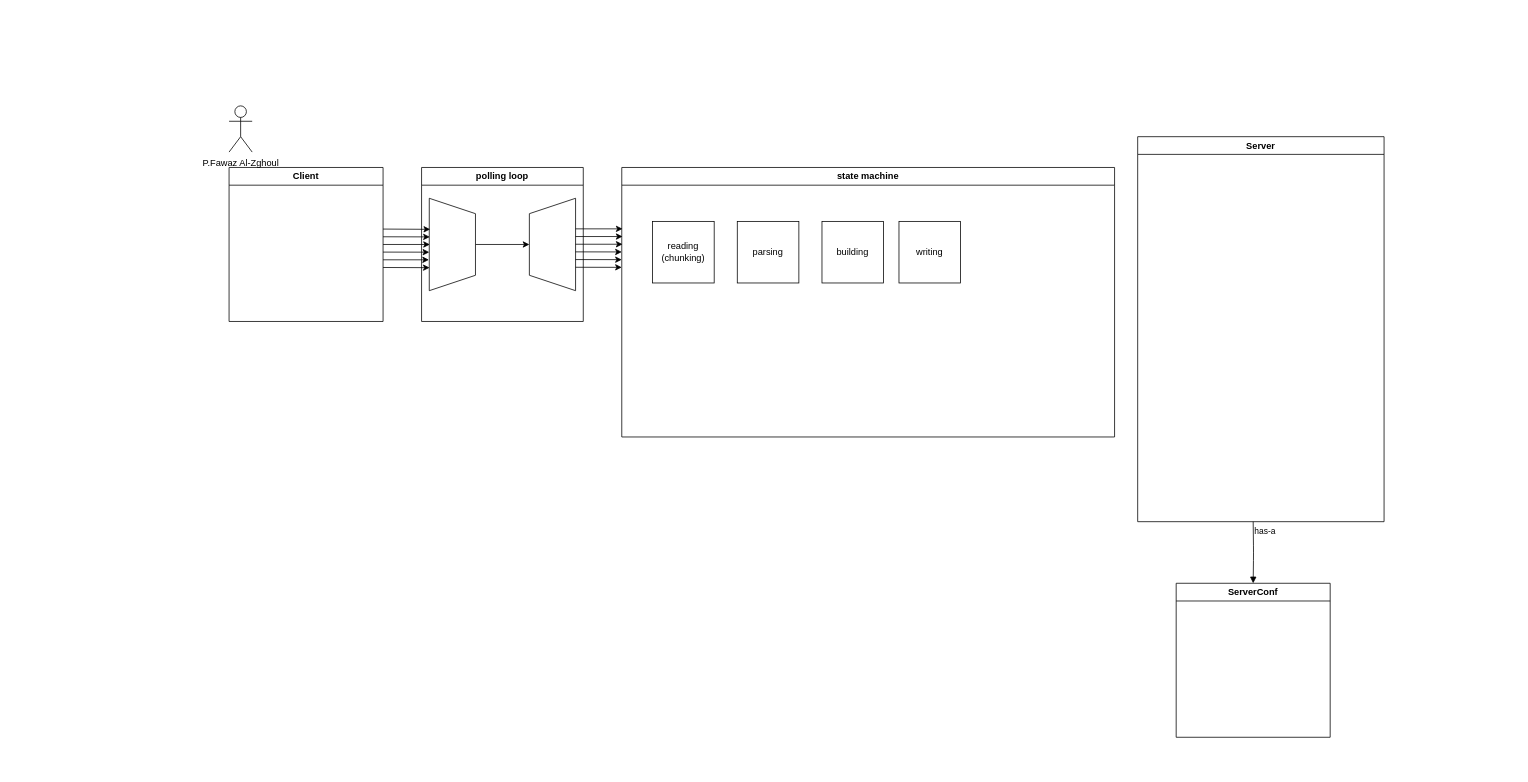
Andary22/LeftHookRoll keeps this draw.io diagram as docs/dfd.drawio. Above is the earlier version. Source tidied: cells renumbered, new cells numbered last; positions are measured from the earlier drawing's top-left corner, leaving out a move shared by most shapes. Both pictures are drawn from the tidied source at 77%, with x=0, y=0 at pixel (229, 105).
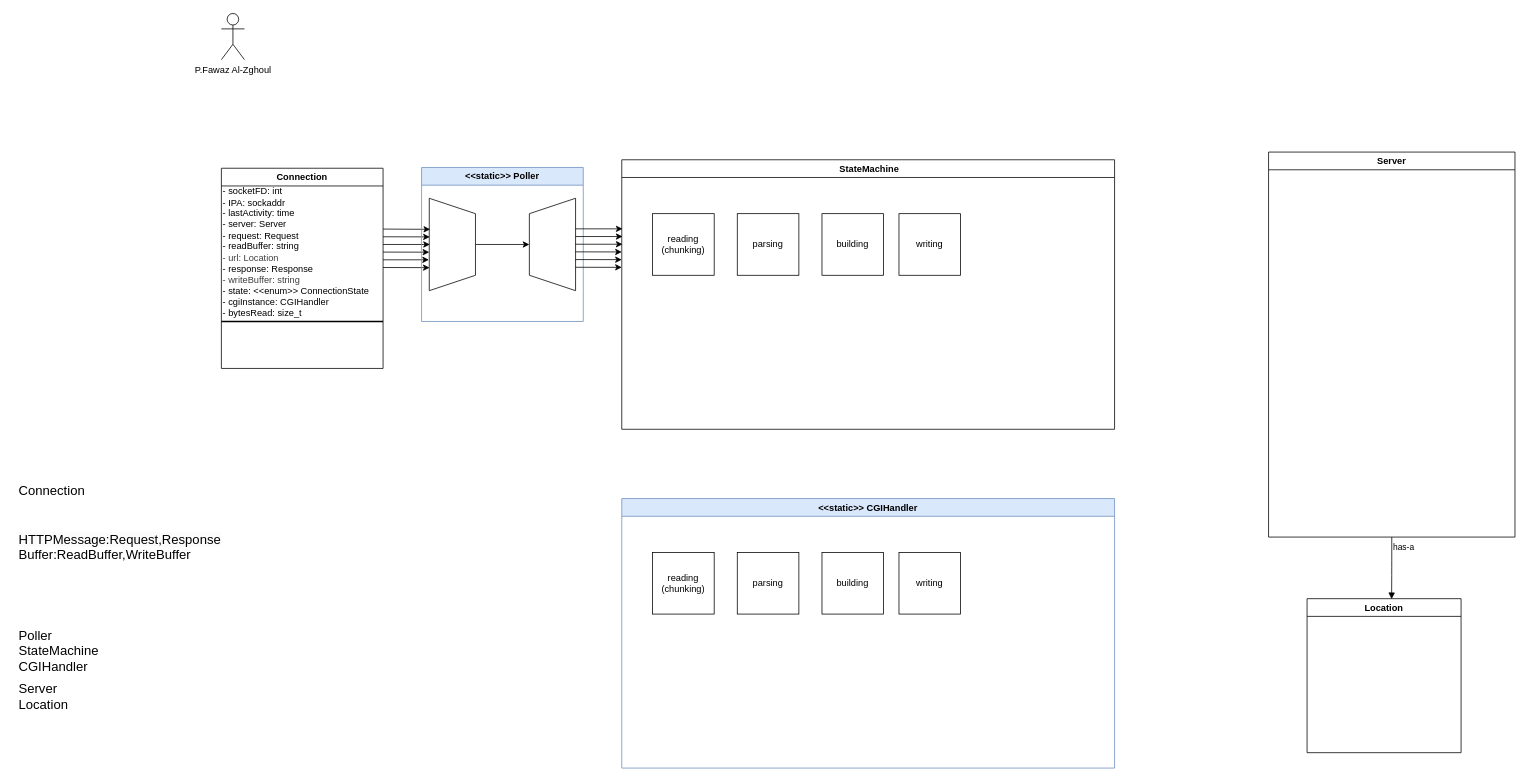
After the change.

Commit message:
yaman take over

The edit, as a diff of the source:
```diff
@@
-    <mxCell id="2" style="edgeStyle=none;html=1;entryX=0.5;entryY=0.987;entryDx=0;entryDy=0;entryPerimeter=0;" parent="1" edge="1" source="3" target="5">
-      <mxGeometry relative="1" as="geometry" />
+    <mxCell id="2" style="edgeStyle=none;html=1;entryX=0.5;entryY=0.987;entryDx=0;entryDy=0;entryPerimeter=0;strokeWidth=1;" parent="1" edge="1" target="5">
+      <mxGeometry relative="1" as="geometry">
+        <mxPoint x="200" y="180" as="sourcePoint" />
+      </mxGeometry>
     </mxCell>
-    <mxCell id="3" value="Client" style="swimlane;whiteSpace=wrap;html=1;" parent="1" vertex="1">
-      <mxGeometry y="80" width="200" height="200" as="geometry" />
+    <mxCell id="3" value="Connection" style="swimlane;whiteSpace=wrap;html=1;strokeWidth=1;" parent="1" vertex="1">
+      <mxGeometry x="-10" y="81" width="210" height="260" as="geometry" />
     </mxCell>
+    <mxCell id="30" value="- socketFD: int&lt;br&gt;- IPA: sockaddr&lt;br&gt;&lt;div&gt;- lastActivity: time&lt;br&gt;- server: Server&lt;/div&gt;&lt;div&gt;- request: Request&lt;br&gt;- readBuffer: string&lt;/div&gt;&lt;div&gt;&lt;span style=&quot;color: rgb(63, 63, 63);&quot;&gt;- url: Location&lt;/span&gt;&lt;/div&gt;&lt;div&gt;- response: Response&lt;/div&gt;&lt;div&gt;&lt;span style=&quot;color: rgb(63, 63, 63);&quot;&gt;- writeBuffer: string&lt;/span&gt;&lt;/div&gt;&lt;div&gt;- state: &amp;lt;&amp;lt;enum&amp;gt;&amp;gt; ConnectionState&lt;/div&gt;&lt;div&gt;- cgiInstance: CGIHandler&lt;/div&gt;&lt;div&gt;- bytesRead: size_t&lt;/div&gt;" style="text;html=1;align=left;verticalAlign=middle;whiteSpace=wrap;rounded=0;" parent="3" vertex="1">
+      <mxGeometry y="24" width="210" height="170" as="geometry" />
+    </mxCell>
+    <mxCell id="31" style="line;strokeWidth=2;html=1;" parent="3" vertex="1">
+      <mxGeometry y="194" width="210" height="10" as="geometry" />
+    </mxCell>
-    <mxCell id="4" style="edgeStyle=none;html=1;" parent="1" edge="1" source="5" target="12">
+    <mxCell id="4" style="edgeStyle=none;html=1;strokeWidth=1;" parent="1" edge="1" source="5" target="12">
       <mxGeometry relative="1" as="geometry" />
     </mxCell>
-    <mxCell id="5" style="shape=trapezoid;perimeter=trapezoidPerimeter;whiteSpace=wrap;html=1;fixedSize=1;rotation=90;" parent="1" vertex="1">
+    <mxCell id="5" style="shape=trapezoid;perimeter=trapezoidPerimeter;whiteSpace=wrap;html=1;fixedSize=1;rotation=90;strokeWidth=1;" parent="1" vertex="1">
       <mxGeometry x="230" y="150" width="120" height="60" as="geometry" />
     </mxCell>
-    <mxCell id="6" style="endArrow=classic;html=1;entryX=0.336;entryY=0.981;entryDx=0;entryDy=0;entryPerimeter=0;" parent="1" edge="1" target="5">
+    <mxCell id="6" style="endArrow=classic;html=1;entryX=0.336;entryY=0.981;entryDx=0;entryDy=0;entryPerimeter=0;strokeWidth=1;" parent="1" edge="1" target="5">
       <mxGeometry relative="1" as="geometry">
         <mxPoint x="200" y="160" as="sourcePoint" />
       </mxGeometry>
     </mxCell>
-    <mxCell id="7" style="endArrow=classic;html=1;entryX=0.418;entryY=0.989;entryDx=0;entryDy=0;entryPerimeter=0;" parent="1" edge="1" target="5">
+    <mxCell id="7" style="endArrow=classic;html=1;entryX=0.418;entryY=0.989;entryDx=0;entryDy=0;entryPerimeter=0;strokeWidth=1;" parent="1" edge="1" target="5">
       <mxGeometry relative="1" as="geometry">
         <mxPoint x="200" y="170" as="sourcePoint" />
       </mxGeometry>
     </mxCell>
-    <mxCell id="8" style="edgeStyle=none;html=1;entryX=0.751;entryY=0.993;entryDx=0;entryDy=0;entryPerimeter=0;" parent="1" edge="1" target="5">
+    <mxCell id="8" style="edgeStyle=none;html=1;entryX=0.751;entryY=0.993;entryDx=0;entryDy=0;entryPerimeter=0;strokeWidth=1;" parent="1" edge="1" target="5">
       <mxGeometry relative="1" as="geometry">
         <mxPoint x="200" y="209.9" as="sourcePoint" />
       </mxGeometry>
     </mxCell>
-    <mxCell id="9" style="endArrow=classic;html=1;" parent="1" edge="1">
+    <mxCell id="9" style="endArrow=classic;html=1;strokeWidth=1;" parent="1" edge="1">
       <mxGeometry relative="1" as="geometry">
         <mxPoint x="200" y="189.9" as="sourcePoint" />
         <mxPoint x="260" y="190" as="targetPoint" />
       </mxGeometry>
     </mxCell>
-    <mxCell id="10" style="endArrow=classic;html=1;entryX=0.666;entryY=1.007;entryDx=0;entryDy=0;entryPerimeter=0;" parent="1" edge="1" target="5">
+    <mxCell id="10" style="endArrow=classic;html=1;entryX=0.666;entryY=1.007;entryDx=0;entryDy=0;entryPerimeter=0;strokeWidth=1;" parent="1" edge="1" target="5">
       <mxGeometry relative="1" as="geometry">
         <mxPoint x="200" y="199.9" as="sourcePoint" />
       </mxGeometry>
     </mxCell>
-    <mxCell id="11" value="polling loop" style="swimlane;whiteSpace=wrap;html=1;" parent="1" vertex="1">
+    <mxCell id="11" value="&amp;lt;&amp;lt;static&amp;gt;&amp;gt; Poller" style="swimlane;whiteSpace=wrap;html=1;fillColor=#dae8fc;strokeColor=#6c8ebf;strokeWidth=1;" parent="1" vertex="1">
       <mxGeometry x="250" y="80" width="210" height="200" as="geometry" />
     </mxCell>
-    <mxCell id="12" style="shape=trapezoid;perimeter=trapezoidPerimeter;whiteSpace=wrap;html=1;fixedSize=1;rotation=-90;" parent="1" vertex="1">
+    <mxCell id="12" style="shape=trapezoid;perimeter=trapezoidPerimeter;whiteSpace=wrap;html=1;fixedSize=1;rotation=-90;strokeWidth=1;" parent="1" vertex="1">
       <mxGeometry x="360" y="150" width="120" height="60" as="geometry" />
     </mxCell>
-    <mxCell id="13" value="P.Fawaz Al-Zghoul" style="shape=umlActor;verticalLabelPosition=bottom;verticalAlign=top;html=1;" parent="1" vertex="1">
-      <mxGeometry width="30" height="60" as="geometry" />
+    <mxCell id="13" value="P.Fawaz Al-Zghoul" style="shape=umlActor;verticalLabelPosition=bottom;verticalAlign=top;html=1;strokeWidth=1;" parent="1" vertex="1">
+      <mxGeometry x="-10" y="-120" width="30" height="60" as="geometry" />
     </mxCell>
-    <mxCell id="14" style="edgeStyle=none;html=1;entryX=0.5;entryY=0.987;entryDx=0;entryDy=0;entryPerimeter=0;" parent="1" edge="1">
+    <mxCell id="14" style="edgeStyle=none;html=1;entryX=0.5;entryY=0.987;entryDx=0;entryDy=0;entryPerimeter=0;strokeWidth=1;" parent="1" edge="1">
       <mxGeometry relative="1" as="geometry">
         <mxPoint x="450" y="179.7" as="sourcePoint" />
         <mxPoint x="511" y="179.7" as="targetPoint" />
       </mxGeometry>
     </mxCell>
-    <mxCell id="15" style="endArrow=classic;html=1;entryX=0.336;entryY=0.981;entryDx=0;entryDy=0;entryPerimeter=0;" parent="1" edge="1">
+    <mxCell id="15" style="endArrow=classic;html=1;entryX=0.336;entryY=0.981;entryDx=0;entryDy=0;entryPerimeter=0;strokeWidth=1;" parent="1" edge="1">
       <mxGeometry relative="1" as="geometry">
         <mxPoint x="450" y="159.7" as="sourcePoint" />
         <mxPoint x="511" y="159.7" as="targetPoint" />
       </mxGeometry>
     </mxCell>
-    <mxCell id="16" style="endArrow=classic;html=1;entryX=0.418;entryY=0.989;entryDx=0;entryDy=0;entryPerimeter=0;" parent="1" edge="1">
+    <mxCell id="16" style="endArrow=classic;html=1;entryX=0.418;entryY=0.989;entryDx=0;entryDy=0;entryPerimeter=0;strokeWidth=1;" parent="1" edge="1">
       <mxGeometry relative="1" as="geometry">
         <mxPoint x="450" y="169.7" as="sourcePoint" />
         <mxPoint x="511" y="169.7" as="targetPoint" />
       </mxGeometry>
     </mxCell>
-    <mxCell id="17" style="edgeStyle=none;html=1;entryX=0.751;entryY=0.993;entryDx=0;entryDy=0;entryPerimeter=0;" parent="1" edge="1">
+    <mxCell id="17" style="edgeStyle=none;html=1;entryX=0.751;entryY=0.993;entryDx=0;entryDy=0;entryPerimeter=0;strokeWidth=1;" parent="1" edge="1">
       <mxGeometry relative="1" as="geometry">
         <mxPoint x="450" y="209.6" as="sourcePoint" />
         <mxPoint x="510" y="209.7" as="targetPoint" />
       </mxGeometry>
     </mxCell>
-    <mxCell id="18" style="endArrow=classic;html=1;" parent="1" edge="1">
+    <mxCell id="18" style="endArrow=classic;html=1;strokeWidth=1;" parent="1" edge="1">
       <mxGeometry relative="1" as="geometry">
         <mxPoint x="450" y="189.6" as="sourcePoint" />
         <mxPoint x="510" y="189.7" as="targetPoint" />
       </mxGeometry>
     </mxCell>
-    <mxCell id="19" style="endArrow=classic;html=1;entryX=0.666;entryY=1.007;entryDx=0;entryDy=0;entryPerimeter=0;" parent="1" edge="1">
+    <mxCell id="19" style="endArrow=classic;html=1;entryX=0.666;entryY=1.007;entryDx=0;entryDy=0;entryPerimeter=0;strokeWidth=1;" parent="1" edge="1">
       <mxGeometry relative="1" as="geometry">
         <mxPoint x="450" y="199.6" as="sourcePoint" />
         <mxPoint x="510" y="199.7" as="targetPoint" />
       </mxGeometry>
     </mxCell>
-    <mxCell id="20" value="state machine" style="swimlane;whiteSpace=wrap;html=1;" parent="1" vertex="1">
-      <mxGeometry x="510" y="80" width="640" height="350" as="geometry" />
+    <mxCell id="20" value="&amp;nbsp;StateMachine" style="swimlane;whiteSpace=wrap;html=1;strokeWidth=1;" parent="1" vertex="1">
+      <mxGeometry x="510" y="70" width="640" height="350" as="geometry" />
     </mxCell>
-    <mxCell id="21" value="reading&lt;br&gt;(chunking)" style="whiteSpace=wrap;html=1;" parent="20" vertex="1">
+    <mxCell id="21" value="reading&lt;br&gt;(chunking)" style="whiteSpace=wrap;html=1;strokeWidth=1;" parent="20" vertex="1">
       <mxGeometry x="40" y="70" width="80" height="80" as="geometry" />
     </mxCell>
-    <mxCell id="22" value="parsing" style="whiteSpace=wrap;html=1;" parent="20" vertex="1">
+    <mxCell id="22" value="parsing" style="whiteSpace=wrap;html=1;strokeWidth=1;" parent="20" vertex="1">
       <mxGeometry x="150" y="70" width="80" height="80" as="geometry" />
     </mxCell>
-    <mxCell id="23" value="building" style="whiteSpace=wrap;html=1;" parent="20" vertex="1">
+    <mxCell id="23" value="building" style="whiteSpace=wrap;html=1;strokeWidth=1;" parent="20" vertex="1">
       <mxGeometry x="260" y="70" width="80" height="80" as="geometry" />
     </mxCell>
-    <mxCell id="24" value="writing" style="whiteSpace=wrap;html=1;" parent="20" vertex="1">
+    <mxCell id="24" value="writing" style="whiteSpace=wrap;html=1;strokeWidth=1;" parent="20" vertex="1">
       <mxGeometry x="360" y="70" width="80" height="80" as="geometry" />
     </mxCell>
-    <mxCell id="25" value="Server" style="swimlane;whiteSpace=wrap;html=1;" parent="1" vertex="1">
-      <mxGeometry x="1180" y="40" width="320" height="500" as="geometry" />
+    <mxCell id="25" value="Server" style="swimlane;whiteSpace=wrap;html=1;strokeWidth=1;" parent="1" vertex="1">
+      <mxGeometry x="1350" y="60" width="320" height="500" as="geometry" />
     </mxCell>
@@
-    <mxCell id="28" value="ServerConf" style="swimlane;whiteSpace=wrap;html=1;" parent="1" vertex="1">
-      <mxGeometry x="1230" y="620" width="200" height="200" as="geometry" />
+    <mxCell id="28" value="Location" style="swimlane;whiteSpace=wrap;html=1;strokeWidth=1;" parent="1" vertex="1">
+      <mxGeometry x="1400" y="640" width="200" height="200" as="geometry" />
     </mxCell>
-    <mxCell id="29" value="has-a" style="endArrow=block;endFill=1;html=1;edgeStyle=orthogonalEdgeStyle;align=left;verticalAlign=top;entryX=0.5;entryY=0;entryDx=0;entryDy=0;" parent="1" edge="1" target="28">
-      <mxGeometry x="-1" relative="1" as="geometry">
-        <mxPoint x="1330" y="540" as="sourcePoint" />
-      </mxGeometry>
+    <mxCell id="29" value="has-a" style="endArrow=block;endFill=1;html=1;edgeStyle=orthogonalEdgeStyle;align=left;verticalAlign=top;entryX=0.549;entryY=0.003;entryDx=0;entryDy=0;strokeWidth=1;exitX=0.5;exitY=1;exitDx=0;exitDy=0;entryPerimeter=0;" parent="1" edge="1" source="25" target="28">
+      <mxGeometry x="-1" relative="1" as="geometry" />
     </mxCell>
+    <mxCell id="32" value="&amp;lt;&amp;lt;static&amp;gt;&amp;gt; CGIHandler" style="swimlane;whiteSpace=wrap;html=1;fillColor=#dae8fc;strokeColor=#6c8ebf;strokeWidth=1;" parent="1" vertex="1">
+      <mxGeometry x="510" y="510" width="640" height="350" as="geometry" />
+    </mxCell>
+    <mxCell id="33" value="reading&lt;br&gt;(chunking)" style="whiteSpace=wrap;html=1;strokeWidth=1;" parent="32" vertex="1">
+      <mxGeometry x="40" y="70" width="80" height="80" as="geometry" />
+    </mxCell>
+    <mxCell id="34" value="parsing" style="whiteSpace=wrap;html=1;strokeWidth=1;" parent="32" vertex="1">
+      <mxGeometry x="150" y="70" width="80" height="80" as="geometry" />
+    </mxCell>
+    <mxCell id="35" value="building" style="whiteSpace=wrap;html=1;strokeWidth=1;" parent="32" vertex="1">
+      <mxGeometry x="260" y="70" width="80" height="80" as="geometry" />
+    </mxCell>
+    <mxCell id="36" value="writing" style="whiteSpace=wrap;html=1;strokeWidth=1;" parent="32" vertex="1">
+      <mxGeometry x="360" y="70" width="80" height="80" as="geometry" />
+    </mxCell>
+    <mxCell id="37" style="shape=table;startSize=0;childLayout=tableLayout;fontSize=18;fillColor=none;strokeColor=none;strokeWidth=1;" parent="1" vertex="1">
+      <mxGeometry x="-280" y="470" width="270" height="329" as="geometry" />
+    </mxCell>
+    <mxCell id="38" style="shape=tableRow;horizontal=0;startSize=0;swimlaneHead=0;swimlaneBody=0;strokeColor=inherit;top=0;left=0;bottom=0;right=0;fillColor=none;fontSize=16;strokeWidth=1;" parent="37" vertex="1">
+      <mxGeometry width="270" height="61" as="geometry" />
+    </mxCell>
+    <mxCell id="39" value="Connection" style="shape=partialRectangle;html=1;whiteSpace=wrap;strokeColor=inherit;overflow=hidden;fillColor=none;top=0;left=0;bottom=0;right=0;fontSize=17;align=left;spacingLeft=5;strokeWidth=1;" parent="38" vertex="1">
+      <mxGeometry width="270" height="61" as="geometry" />
+    </mxCell>
+    <mxCell id="40" style="shape=tableRow;horizontal=0;startSize=0;swimlaneHead=0;swimlaneBody=0;strokeColor=inherit;top=0;left=0;bottom=0;right=0;fillColor=none;fontSize=16;strokeWidth=1;" parent="37" vertex="1">
+      <mxGeometry y="61" width="270" height="62" as="geometry" />
+    </mxCell>
+    <mxCell id="41" value="&lt;br&gt;&lt;span style=&quot;color: rgb(0, 0, 0); font-family: Helvetica; font-size: 17px; font-style: normal; font-variant-ligatures: normal; font-variant-caps: normal; font-weight: 400; letter-spacing: normal; orphans: 2; text-align: left; text-indent: 0px; text-transform: none; widows: 2; word-spacing: 0px; -webkit-text-stroke-width: 0px; white-space: normal; background-color: rgb(251, 251, 251); text-decoration-thickness: initial; text-decoration-style: initial; text-decoration-color: initial; float: none; display: inline !important;&quot;&gt;HTTPMessage:Request,Response&lt;/span&gt;&lt;div&gt;&lt;font color=&quot;#000000&quot;&gt;Buffer:ReadBuffer,WriteBuffer&lt;br&gt;&lt;/font&gt;&lt;br&gt;&lt;/div&gt;" style="shape=partialRectangle;html=1;whiteSpace=wrap;strokeColor=inherit;overflow=hidden;fillColor=none;top=0;left=0;bottom=0;right=0;fontSize=17;align=left;spacingLeft=5;strokeWidth=1;" parent="40" vertex="1">
+      <mxGeometry width="270" height="62" as="geometry" />
+    </mxCell>
+    <mxCell id="42" style="shape=tableRow;horizontal=0;startSize=0;swimlaneHead=0;swimlaneBody=0;strokeColor=inherit;top=0;left=0;bottom=0;right=0;fillColor=none;fontSize=16;strokeWidth=1;" parent="37" vertex="1">
+      <mxGeometry y="123" width="270" height="83" as="geometry" />
+    </mxCell>
+    <mxCell id="43" style="shape=partialRectangle;html=1;whiteSpace=wrap;strokeColor=inherit;overflow=hidden;fillColor=none;top=0;left=0;bottom=0;right=0;fontSize=17;align=left;spacingLeft=5;strokeWidth=1;" parent="42" vertex="1">
+      <mxGeometry width="270" height="83" as="geometry" />
+    </mxCell>
+    <mxCell id="44" style="shape=tableRow;horizontal=0;startSize=0;swimlaneHead=0;swimlaneBody=0;strokeColor=inherit;top=0;left=0;bottom=0;right=0;fillColor=none;fontSize=16;strokeWidth=1;" parent="37" vertex="1">
+      <mxGeometry y="206" width="270" height="61" as="geometry" />
+    </mxCell>
+    <mxCell id="45" value="Poller&lt;div&gt;StateMachine&lt;/div&gt;&lt;div&gt;CGIHandler&lt;br&gt;&lt;br&gt;&lt;/div&gt;" style="shape=partialRectangle;html=1;whiteSpace=wrap;strokeColor=inherit;overflow=hidden;fillColor=none;top=0;left=0;bottom=0;right=0;fontSize=17;align=left;spacingLeft=5;strokeWidth=1;" parent="44" vertex="1">
+      <mxGeometry width="270" height="61" as="geometry" />
+    </mxCell>
+    <mxCell id="46" style="shape=tableRow;horizontal=0;startSize=0;swimlaneHead=0;swimlaneBody=0;strokeColor=inherit;top=0;left=0;bottom=0;right=0;fillColor=none;fontSize=16;strokeWidth=1;" parent="37" vertex="1">
+      <mxGeometry y="267" width="270" height="62" as="geometry" />
+    </mxCell>
+    <mxCell id="47" value="Server&lt;br&gt;Location" style="shape=partialRectangle;html=1;whiteSpace=wrap;strokeColor=inherit;overflow=hidden;fillColor=none;top=0;left=0;bottom=0;right=0;fontSize=17;align=left;spacingLeft=5;strokeWidth=1;" parent="46" vertex="1">
+      <mxGeometry width="270" height="62" as="geometry" />
+    </mxCell>
```
